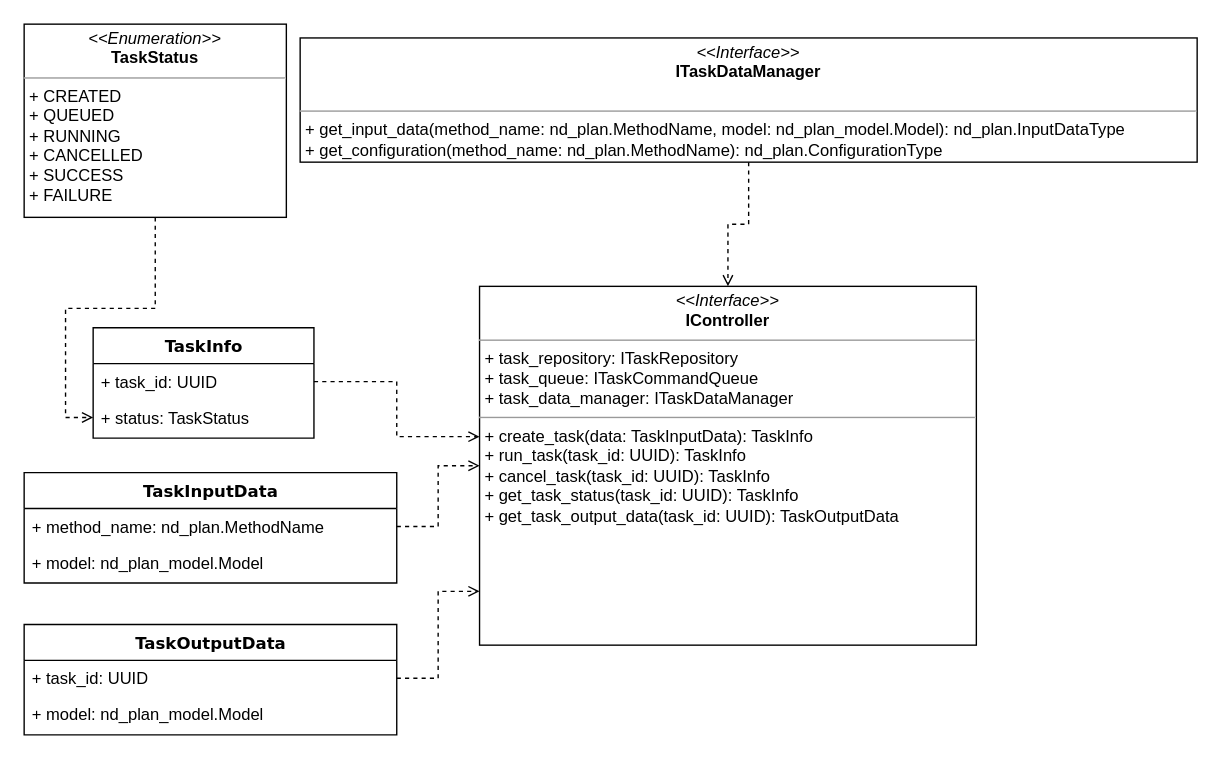
stalker-fc/diploma keeps this draw.io diagram as master/sources/diploma/architecture/diagrams/executor/api_classes_diagram.drawio. Above is the earlier version. Source tidied: cells renumbered, new cells numbered last; positions are measured from the earlier drawing's top-left corner, leaving out a move shared by most shapes. Both pictures are drawn from the tidied source at 138%, with x=0, y=0 at pixel (-1550, 23).
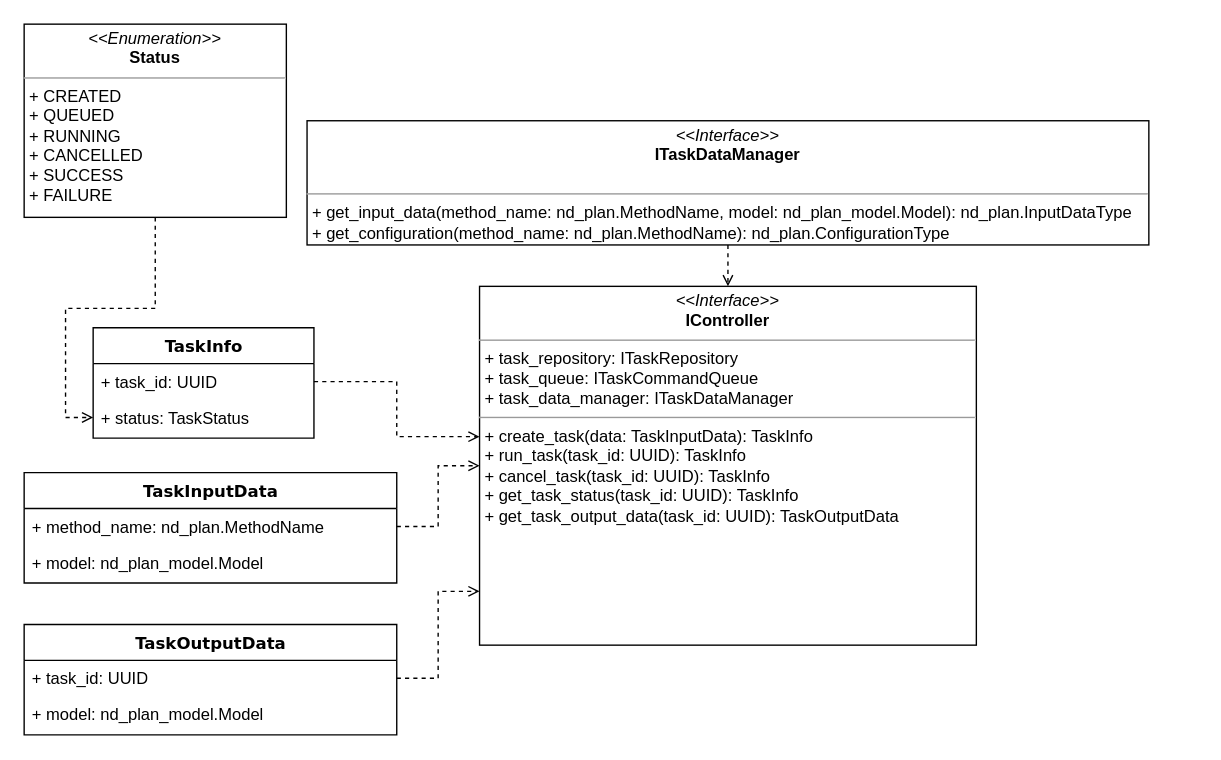
After the change.

What changed in the source:
```diff
@@
     <mxCell id="4" value="&lt;p style=&quot;margin: 0px ; margin-top: 4px ; text-align: center&quot;&gt;&lt;i&gt;&amp;lt;&amp;lt;Interface&amp;gt;&amp;gt;&lt;/i&gt;&lt;br&gt;&lt;b&gt;ITaskDataManager&lt;/b&gt;&lt;/p&gt;&lt;br&gt;&lt;hr size=&quot;1&quot;&gt;&lt;p style=&quot;margin: 0px ; margin-left: 4px&quot;&gt;+ get_input_data(method_name: nd_plan.MethodName, model: nd_plan_model.Model): nd_plan.InputDataType&lt;br&gt;+ get_configuration(method_name: nd_plan.MethodName): nd_plan.ConfigurationType&lt;/p&gt;&lt;p style=&quot;margin: 0px ; margin-left: 4px&quot;&gt;&lt;br&gt;&lt;/p&gt;" style="verticalAlign=top;align=left;overflow=fill;fontSize=12;fontFamily=Helvetica;html=1;rounded=0;shadow=0;comic=0;labelBackgroundColor=none;strokeWidth=1;" parent="1" vertex="1">
-      <mxGeometry x="1340" y="10" width="650" height="90" as="geometry" />
+      <mxGeometry x="1345" y="70" width="610" height="90" as="geometry" />
     </mxCell>
@@
-    <mxCell id="15" value="&lt;p style=&quot;margin: 0px ; margin-top: 4px ; text-align: center&quot;&gt;&lt;i&gt;&amp;lt;&amp;lt;Enumeration&amp;gt;&amp;gt;&lt;/i&gt;&lt;br&gt;&lt;b&gt;TaskStatus&lt;/b&gt;&lt;/p&gt;&lt;hr size=&quot;1&quot;&gt;&lt;p style=&quot;margin: 0px ; margin-left: 4px&quot;&gt;+ CREATED&lt;br&gt;+ QUEUED&lt;/p&gt;&lt;p style=&quot;margin: 0px ; margin-left: 4px&quot;&gt;+ RUNNING&lt;/p&gt;&lt;p style=&quot;margin: 0px ; margin-left: 4px&quot;&gt;+ CANCELLED&lt;/p&gt;&lt;p style=&quot;margin: 0px ; margin-left: 4px&quot;&gt;+ SUCCESS&lt;/p&gt;&lt;p style=&quot;margin: 0px ; margin-left: 4px&quot;&gt;+ FAILURE&lt;/p&gt;" style="verticalAlign=top;align=left;overflow=fill;fontSize=12;fontFamily=Helvetica;html=1;rounded=0;shadow=0;comic=0;labelBackgroundColor=none;strokeWidth=1;" parent="1" vertex="1">
+    <mxCell id="15" value="&lt;p style=&quot;margin: 0px ; margin-top: 4px ; text-align: center&quot;&gt;&lt;i&gt;&amp;lt;&amp;lt;Enumeration&amp;gt;&amp;gt;&lt;/i&gt;&lt;br&gt;&lt;b&gt;Status&lt;/b&gt;&lt;/p&gt;&lt;hr size=&quot;1&quot;&gt;&lt;p style=&quot;margin: 0px ; margin-left: 4px&quot;&gt;+ CREATED&lt;br&gt;+ QUEUED&lt;/p&gt;&lt;p style=&quot;margin: 0px ; margin-left: 4px&quot;&gt;+ RUNNING&lt;/p&gt;&lt;p style=&quot;margin: 0px ; margin-left: 4px&quot;&gt;+ CANCELLED&lt;/p&gt;&lt;p style=&quot;margin: 0px ; margin-left: 4px&quot;&gt;+ SUCCESS&lt;/p&gt;&lt;p style=&quot;margin: 0px ; margin-left: 4px&quot;&gt;+ FAILURE&lt;/p&gt;" style="verticalAlign=top;align=left;overflow=fill;fontSize=12;fontFamily=Helvetica;html=1;rounded=0;shadow=0;comic=0;labelBackgroundColor=none;strokeWidth=1;" parent="1" vertex="1">
       <mxGeometry x="1140" width="190" height="140" as="geometry" />
     </mxCell>
```
